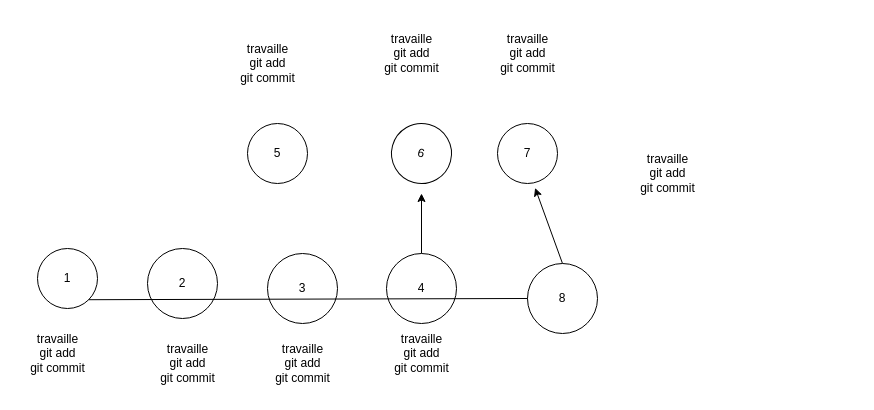
Before: jour2/01-branch.drawio in ayodejifelicia29/demo-github, a draw.io diagram. Source tidied: cells renumbered, new cells numbered last; positions are measured from the earlier drawing's top-left corner, leaving out a move shared by most shapes. Both pictures are drawn from the tidied source at 100%, with x=0, y=0 at pixel (17, 23).
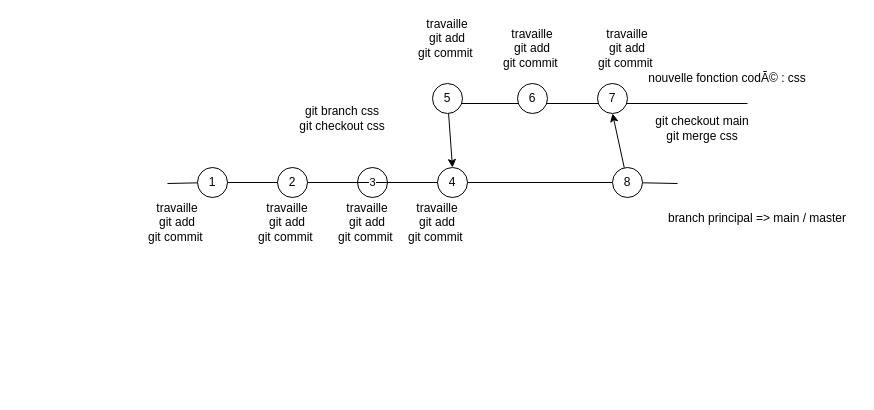
The same page after the edit.

What changed in the source:
```diff
@@
+    <mxCell id="21" style="endArrow=none;html=1;startArrow=none;" parent="1" edge="1" source="33">
+      <mxGeometry relative="1" as="geometry">
+        <mxPoint x="660" y="160" as="targetPoint" />
+      </mxGeometry>
+    </mxCell>
+    <mxCell id="22" value="branch principal =&amp;gt; main / master&lt;br&gt;" style="text;html=1;strokeColor=none;fillColor=none;align=center;verticalAlign=middle;whiteSpace=wrap;rounded=0;" parent="1" vertex="1">
+      <mxGeometry x="640" y="180" width="200" height="30" as="geometry" />
+    </mxCell>
-    <mxCell id="2" value="1" style="ellipse;whiteSpace=wrap;html=1;" parent="1" vertex="1">
-      <mxGeometry x="20" y="225" width="60" height="60" as="geometry" />
+    <mxCell id="2" style="endArrow=none;html=1;" parent="1" edge="1" target="23">
+      <mxGeometry relative="1" as="geometry">
+        <mxPoint x="150" y="160" as="sourcePoint" />
+      </mxGeometry>
     </mxCell>
+    <mxCell id="23" value="1" style="ellipse;whiteSpace=wrap;html=1;" parent="1" vertex="1">
+      <mxGeometry x="180" y="144" width="30" height="30" as="geometry" />
+    </mxCell>
+    <mxCell id="4" style="endArrow=none;html=1;startArrow=none;" parent="1" edge="1" source="23" target="3">
+      <mxGeometry relative="1" as="geometry" />
+    </mxCell>
     <mxCell id="3" value="2" style="ellipse;whiteSpace=wrap;html=1;" parent="1" vertex="1">
-      <mxGeometry x="130" y="225" width="70" height="70" as="geometry" />
+      <mxGeometry x="260" y="144" width="30" height="30" as="geometry" />
     </mxCell>
-    <mxCell id="4" value="3" style="ellipse;whiteSpace=wrap;html=1;" parent="1" vertex="1">
-      <mxGeometry x="250" y="230" width="70" height="70" as="geometry" />
-    </mxCell>
-    <mxCell id="5" style="edgeStyle=none;html=1;exitX=0.5;exitY=0;exitDx=0;exitDy=0;" parent="1" edge="1" source="6">
-      <mxGeometry relative="1" as="geometry">
-        <mxPoint x="404" y="170" as="targetPoint" />
-      </mxGeometry>
-    </mxCell>
-    <mxCell id="6" value="4" style="ellipse;whiteSpace=wrap;html=1;" parent="1" vertex="1">
-      <mxGeometry x="369" y="230" width="70" height="70" as="geometry" />
+    <mxCell id="6" style="ellipse;whiteSpace=wrap;html=1;" parent="1" vertex="1">
+      <mxGeometry x="340" y="144" width="30" height="30" as="geometry" />
     </mxCell>
-    <mxCell id="7" value="travaille&lt;br&gt;git add&lt;br&gt;git commit" style="text;html=1;align=center;verticalAlign=middle;strokeColor=none;fillColor=none;" parent="1" vertex="1">
-      <mxGeometry y="300" width="80" height="60" as="geometry" />
+    <mxCell id="7" value="3" style="endArrow=none;html=1;startArrow=none;" parent="1" edge="1" source="3" target="24">
+      <mxGeometry relative="1" as="geometry" />
     </mxCell>
+    <mxCell id="24" value="4" style="ellipse;whiteSpace=wrap;html=1;" parent="1" vertex="1">
+      <mxGeometry x="420" y="144" width="30" height="30" as="geometry" />
+    </mxCell>
-    <mxCell id="8" value="travaille&lt;br&gt;git add&lt;br&gt;git commit" style="text;html=1;align=center;verticalAlign=middle;strokeColor=none;fillColor=none;" parent="1" vertex="1">
-      <mxGeometry x="130" y="310" width="80" height="60" as="geometry" />
+    <mxCell id="8" value="travaille&lt;br&gt;git add&lt;br&gt;git commit&amp;nbsp;" style="text;html=1;strokeColor=none;fillColor=none;align=center;verticalAlign=middle;whiteSpace=wrap;rounded=0;" parent="1" vertex="1">
+      <mxGeometry x="130" y="184" width="60" height="30" as="geometry" />
     </mxCell>
-    <mxCell id="9" value="travaille&lt;br&gt;git add&lt;br&gt;git commit" style="text;html=1;align=center;verticalAlign=middle;strokeColor=none;fillColor=none;" parent="1" vertex="1">
-      <mxGeometry x="245" y="310" width="80" height="60" as="geometry" />
+    <mxCell id="9" value="travaille&lt;br&gt;git add&lt;br&gt;git commit&amp;nbsp;" style="text;html=1;strokeColor=none;fillColor=none;align=center;verticalAlign=middle;whiteSpace=wrap;rounded=0;" parent="1" vertex="1">
+      <mxGeometry x="240" y="184" width="60" height="30" as="geometry" />
     </mxCell>
-    <mxCell id="10" value="travaille&lt;br&gt;git add&lt;br&gt;git commit" style="text;html=1;align=center;verticalAlign=middle;strokeColor=none;fillColor=none;" parent="1" vertex="1">
-      <mxGeometry x="364" y="300" width="80" height="60" as="geometry" />
+    <mxCell id="10" value="travaille&lt;br&gt;git add&lt;br&gt;git commit&amp;nbsp;" style="text;html=1;strokeColor=none;fillColor=none;align=center;verticalAlign=middle;whiteSpace=wrap;rounded=0;" parent="1" vertex="1">
+      <mxGeometry x="320" y="184" width="60" height="30" as="geometry" />
     </mxCell>
+    <mxCell id="25" style="endArrow=none;html=1;" parent="1" edge="1">
+      <mxGeometry relative="1" as="geometry">
+        <mxPoint x="430" y="80" as="sourcePoint" />
+        <mxPoint x="730" y="80" as="targetPoint" />
+      </mxGeometry>
+    </mxCell>
+    <mxCell id="26" value="nouvelle fonction codÃ© : css" style="text;html=1;strokeColor=none;fillColor=none;align=center;verticalAlign=middle;whiteSpace=wrap;rounded=0;" parent="1" vertex="1">
+      <mxGeometry x="610" y="40" width="200" height="30" as="geometry" />
+    </mxCell>
-    <mxCell id="11" value="6" style="ellipse;whiteSpace=wrap;html=1;rotation=15;" parent="1" vertex="1">
-      <mxGeometry x="374" y="100" width="60" height="60" as="geometry" />
+    <mxCell id="11" value="travaille&lt;br&gt;git add&lt;br&gt;git commit&amp;nbsp;" style="text;html=1;strokeColor=none;fillColor=none;align=center;verticalAlign=middle;whiteSpace=wrap;rounded=0;" parent="1" vertex="1">
+      <mxGeometry x="390" y="184" width="60" height="30" as="geometry" />
     </mxCell>
+    <mxCell id="27" value="git branch css&lt;br&gt;git checkout css" style="text;html=1;strokeColor=none;fillColor=none;align=center;verticalAlign=middle;whiteSpace=wrap;rounded=0;" parent="1" vertex="1">
+      <mxGeometry x="235" y="80" width="180" height="30" as="geometry" />
+    </mxCell>
+    <mxCell id="28" style="edgeStyle=none;html=1;entryX=0.5;entryY=0;entryDx=0;entryDy=0;" parent="1" edge="1" source="29" target="24">
+      <mxGeometry relative="1" as="geometry" />
+    </mxCell>
+    <mxCell id="29" value="5" style="ellipse;whiteSpace=wrap;html=1;" parent="1" vertex="1">
+      <mxGeometry x="415" y="60" width="30" height="30" as="geometry" />
+    </mxCell>
-    <mxCell id="12" value="7" style="ellipse;whiteSpace=wrap;html=1;" parent="1" vertex="1">
-      <mxGeometry x="480" y="100" width="60" height="60" as="geometry" />
+    <mxCell id="12" value="6" style="ellipse;whiteSpace=wrap;html=1;" parent="1" vertex="1">
+      <mxGeometry x="500" y="60" width="30" height="30" as="geometry" />
     </mxCell>
+    <mxCell id="14" value="7" style="ellipse;whiteSpace=wrap;html=1;" parent="1" vertex="1">
+      <mxGeometry x="580" y="60" width="30" height="30" as="geometry" />
+    </mxCell>
+    <mxCell id="30" value="travaille&lt;br&gt;git add&lt;br&gt;git commit&amp;nbsp;" style="text;html=1;strokeColor=none;fillColor=none;align=center;verticalAlign=middle;whiteSpace=wrap;rounded=0;" parent="1" vertex="1">
+      <mxGeometry x="400" width="60" height="30" as="geometry" />
+    </mxCell>
-    <mxCell id="13" style="edgeStyle=none;html=1;exitX=0.5;exitY=0;exitDx=0;exitDy=0;entryX=0.627;entryY=1.074;entryDx=0;entryDy=0;entryPerimeter=0;" parent="1" edge="1" source="14" target="12">
-      <mxGeometry relative="1" as="geometry" />
+    <mxCell id="13" value="travaille&lt;br&gt;git add&lt;br&gt;git commit&amp;nbsp;" style="text;html=1;strokeColor=none;fillColor=none;align=center;verticalAlign=middle;whiteSpace=wrap;rounded=0;" parent="1" vertex="1">
+      <mxGeometry x="485" y="10" width="60" height="30" as="geometry" />
     </mxCell>
-    <mxCell id="14" value="8" style="ellipse;whiteSpace=wrap;html=1;" parent="1" vertex="1">
-      <mxGeometry x="510" y="240" width="70" height="70" as="geometry" />
-    </mxCell>
-    <mxCell id="15" value="5" style="ellipse;whiteSpace=wrap;html=1;" parent="1" vertex="1">
-      <mxGeometry x="230" y="100" width="60" height="60" as="geometry" />
+    <mxCell id="15" value="travaille&lt;br&gt;git add&lt;br&gt;git commit&amp;nbsp;" style="text;html=1;strokeColor=none;fillColor=none;align=center;verticalAlign=middle;whiteSpace=wrap;rounded=0;" parent="1" vertex="1">
+      <mxGeometry x="580" y="10" width="60" height="30" as="geometry" />
     </mxCell>
-    <mxCell id="16" value="travaille&lt;br&gt;git add&lt;br&gt;git commit" style="text;html=1;align=center;verticalAlign=middle;strokeColor=none;fillColor=none;" parent="1" vertex="1">
-      <mxGeometry x="210" y="10" width="80" height="60" as="geometry" />
-    </mxCell>
-    <mxCell id="17" value="travaille&lt;br&gt;git add&lt;br&gt;git commit" style="text;html=1;align=center;verticalAlign=middle;strokeColor=none;fillColor=none;" parent="1" vertex="1">
-      <mxGeometry x="354" width="80" height="60" as="geometry" />
-    </mxCell>
-    <mxCell id="18" value="travaille&lt;br&gt;git add&lt;br&gt;git commit" style="text;html=1;align=center;verticalAlign=middle;strokeColor=none;fillColor=none;" parent="1" vertex="1">
-      <mxGeometry x="470" width="80" height="60" as="geometry" />
-    </mxCell>
-    <mxCell id="19" value="travaille&lt;br&gt;git add&lt;br&gt;git commit" style="text;html=1;align=center;verticalAlign=middle;strokeColor=none;fillColor=none;" parent="1" vertex="1">
-      <mxGeometry x="610" y="120" width="80" height="60" as="geometry" />
-    </mxCell>
-    <mxCell id="20" style="endArrow=none;html=1;entryX=1;entryY=1;entryDx=0;entryDy=0;exitX=0;exitY=0.5;exitDx=0;exitDy=0;" parent="1" edge="1" source="14" target="2">
-      <mxGeometry relative="1" as="geometry" />
-    </mxCell>
+    <mxCell id="31" style="endArrow=none;html=1;startArrow=none;" parent="1" edge="1" source="24" target="33">
+      <mxGeometry relative="1" as="geometry" />
+    </mxCell>
+    <mxCell id="32" style="edgeStyle=none;html=1;entryX=0.5;entryY=1;entryDx=0;entryDy=0;" parent="1" edge="1" source="33" target="14">
+      <mxGeometry relative="1" as="geometry" />
+    </mxCell>
+    <mxCell id="33" value="8" style="ellipse;whiteSpace=wrap;html=1;" parent="1" vertex="1">
+      <mxGeometry x="595" y="144" width="30" height="30" as="geometry" />
+    </mxCell>
+    <mxCell id="5" value="git checkout main&lt;br&gt;git merge css" style="text;html=1;strokeColor=none;fillColor=none;align=center;verticalAlign=middle;whiteSpace=wrap;rounded=0;" parent="1" vertex="1">
+      <mxGeometry x="595" y="90" width="180" height="30" as="geometry" />
+    </mxCell>
```
